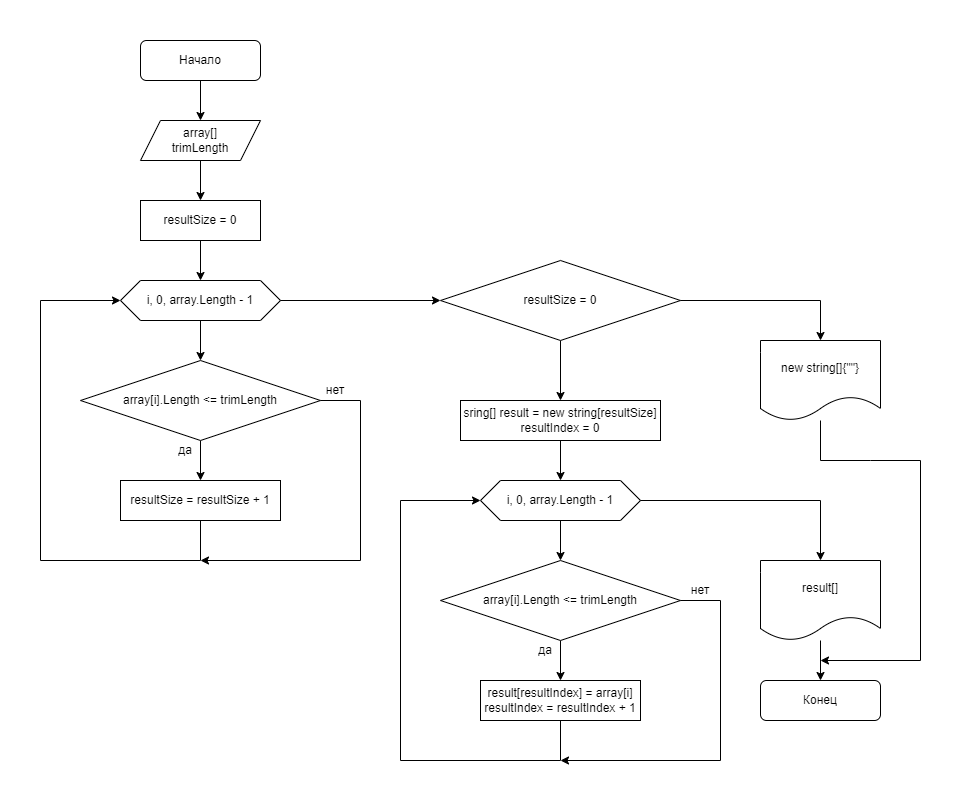
This is Algorithm.drawio.png from AlekseyDerevyannyh/03_SpecializationChoiceFinal, a draw.io export, as it was before one commit. Source tidied: cells renumbered, new cells last; positions are measured from the earlier drawing's top-left corner, leaving out a move shared by most shapes.
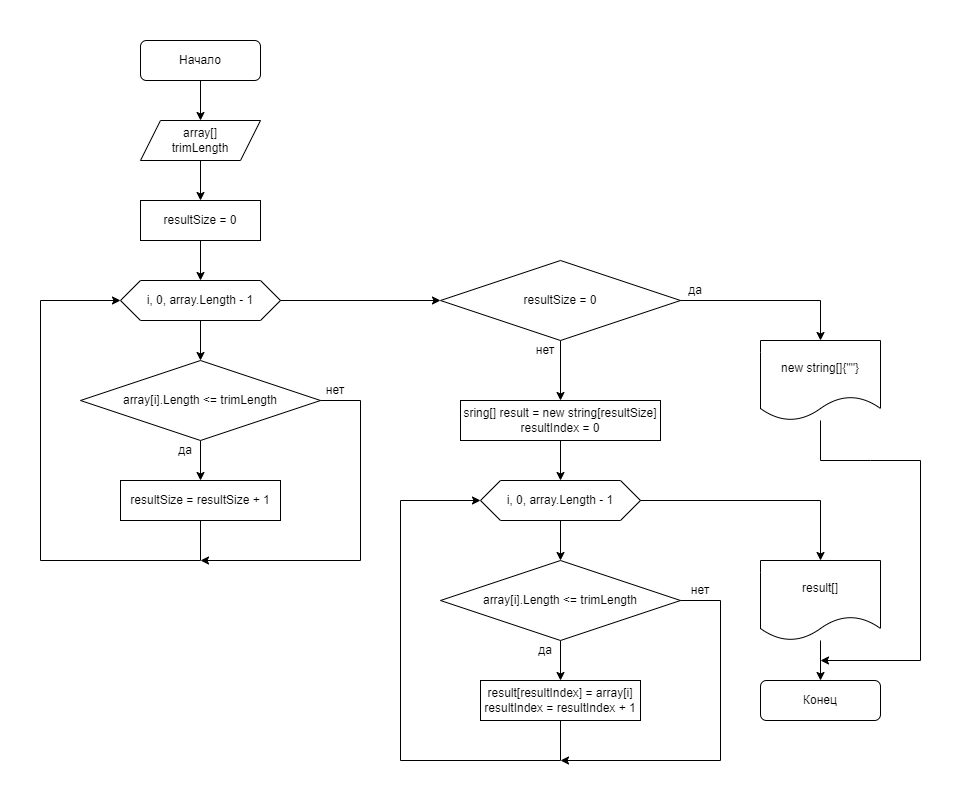
After the change.

The edit, as a diff of the source:
```diff
@@ -174,5 +174,11 @@
         </Array>
       </mxGeometry>
     </mxCell>
+    <mxCell id="42" value="да" style="text;html=1;strokeColor=none;fillColor=none;align=center;verticalAlign=middle;whiteSpace=wrap;rounded=0;" parent="1" vertex="1">
+      <mxGeometry x="680" y="280" width="30" height="20" as="geometry" />
+    </mxCell>
+    <mxCell id="43" value="нет" style="text;html=1;strokeColor=none;fillColor=none;align=center;verticalAlign=middle;whiteSpace=wrap;rounded=0;" parent="1" vertex="1">
+      <mxGeometry x="530" y="340" width="30" height="20" as="geometry" />
+    </mxCell>
   </root>
 </mxGraphModel>
```
